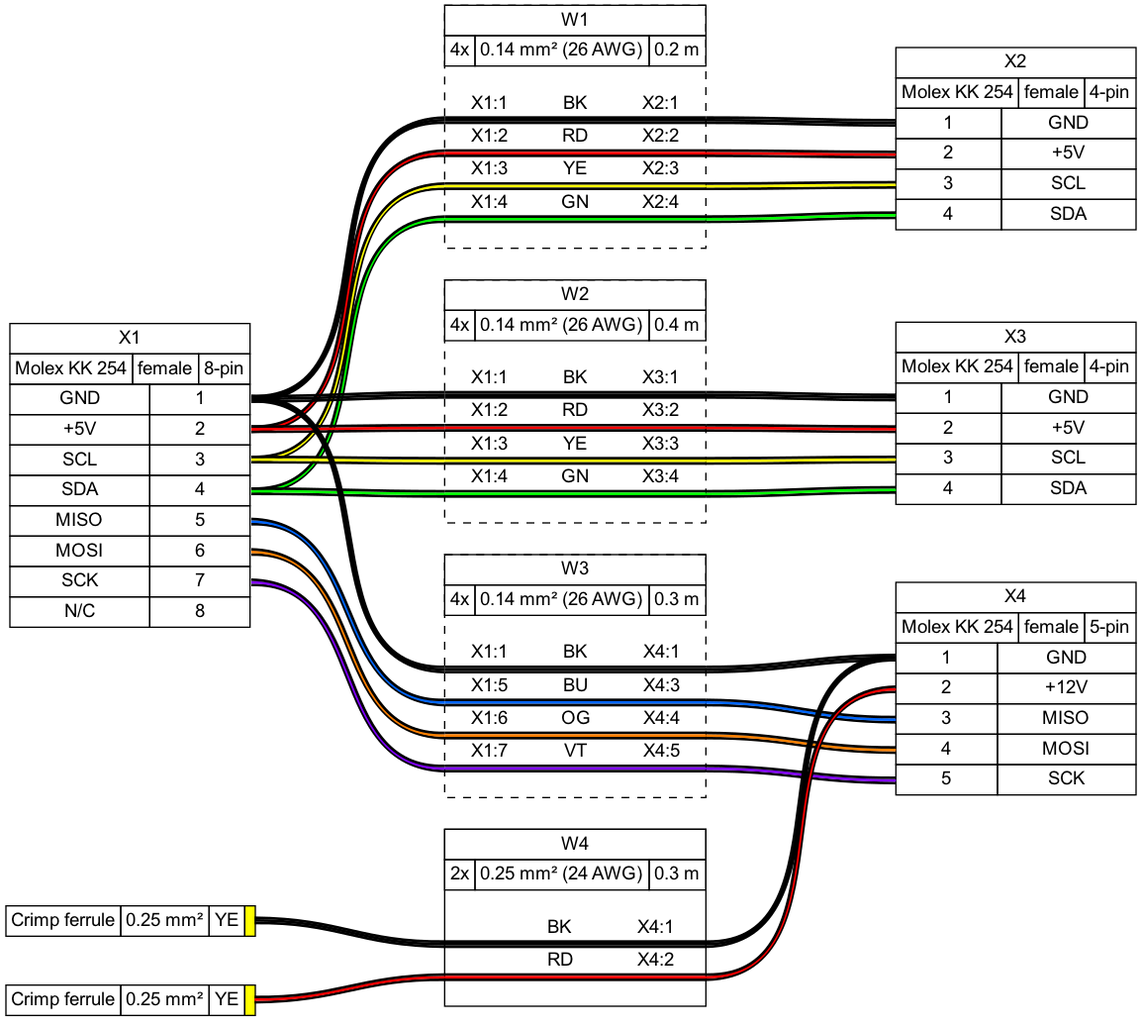
Above: examples/demo02.png in wireviz/WireViz (Graphviz), before the change. Its source is kept beside it as examples/demo02.gv.
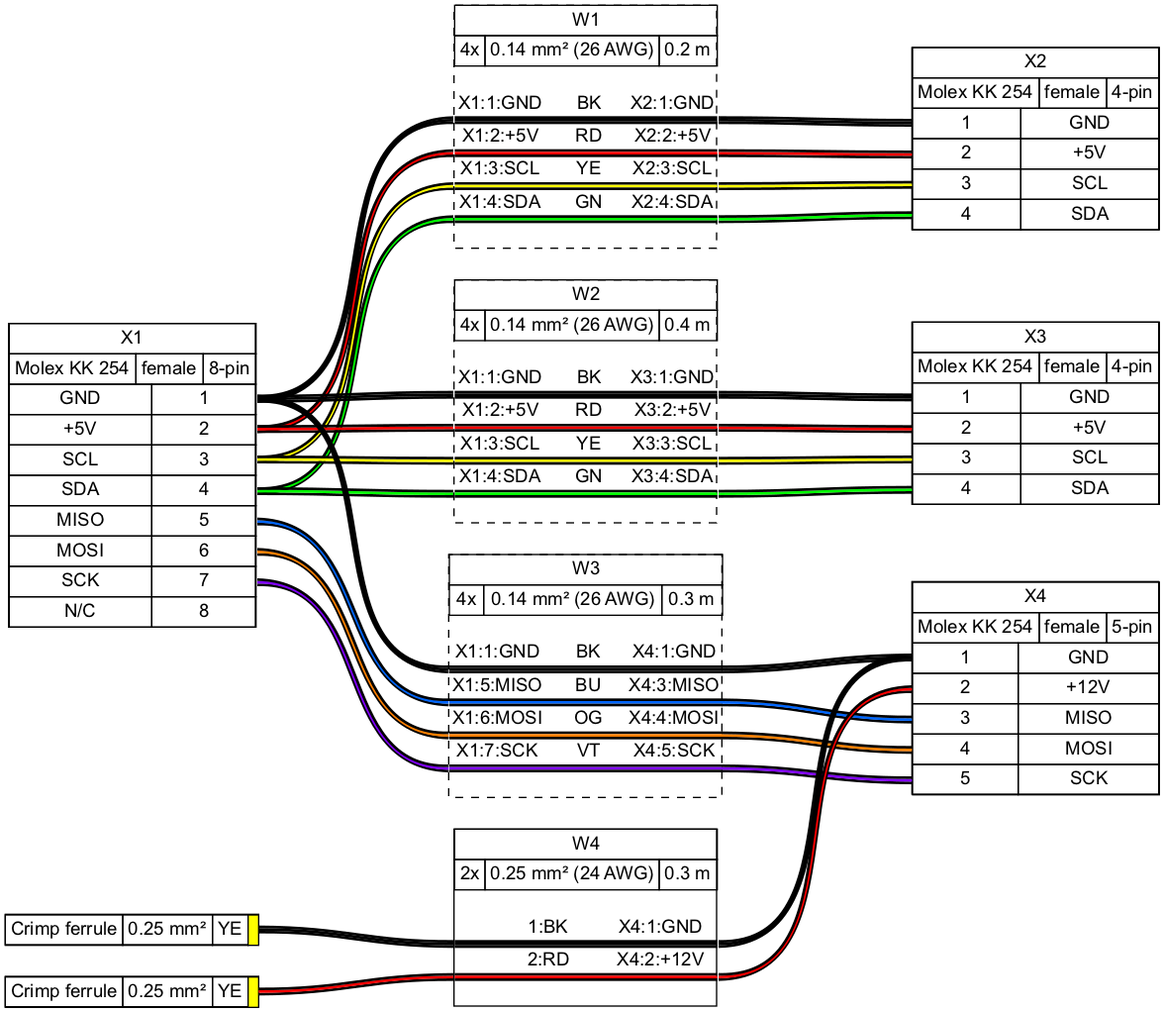
Later version of the same file.

Diff of the diagram source:
```diff
@@ -1,6 +1,6 @@
 graph {
-	graph [bgcolor=white fontname=arial nodesep=0.33 rankdir=LR ranksep=2]
-	node [fillcolor=white fontname=arial shape=record style=filled]
+	graph [bgcolor="#FFFFFF" fontname=arial nodesep=0.33 rankdir=LR ranksep=2]
+	node [fillcolor="#FFFFFF" fontname=arial height=0 margin=0 shape=none style=filled width=0]
 	edge [fontname=arial style=bold]
 	X1 [label=<
 <table border="0" cellspacing="0" cellpadding="0">
@@ -53,7 +53,7 @@
   </table>
  </td></tr>
 </table>
-> fillcolor=white margin=0 shape=none style=filled]
+> fillcolor="#FFFFFF" shape=box style=filled]
 	X2 [label=<
 <table border="0" cellspacing="0" cellpadding="0">
  <tr><td>
@@ -89,7 +89,7 @@
   </table>
  </td></tr>
 </table>
-> fillcolor=white margin=0 shape=none style=filled]
+> fillcolor="#FFFFFF" shape=box style=filled]
 	X3 [label=<
 <table border="0" cellspacing="0" cellpadding="0">
  <tr><td>
@@ -125,7 +125,7 @@
   </table>
  </td></tr>
 </table>
-> fillcolor=white margin=0 shape=none style=filled]
+> fillcolor="#FFFFFF" shape=box style=filled]
 	X4 [label=<
 <table border="0" cellspacing="0" cellpadding="0">
  <tr><td>
@@ -165,7 +165,7 @@
   </table>
  </td></tr>
 </table>
-> fillcolor=white margin=0 shape=none style=filled]
+> fillcolor="#FFFFFF" shape=box style=filled]
 	_ferrule_crimp_1 [label=<
 <table border="0" cellspacing="0" cellpadding="0">
  <tr><td>
@@ -177,7 +177,7 @@
   </tr></table>
  </td></tr>
 </table>
-> fillcolor=white margin=0 shape=none style=filled]
+> fillcolor="#FFFFFF" shape=box style=filled]
 	_ferrule_crimp_2 [label=<
 <table border="0" cellspacing="0" cellpadding="0">
  <tr><td>
@@ -189,7 +189,7 @@
   </tr></table>
  </td></tr>
 </table>
-> fillcolor=white margin=0 shape=none style=filled]
+> fillcolor="#FFFFFF" shape=box style=filled]
 	edge [color="#000000:#000000:#000000"]
 	X1:p1r:e -- W1:w1:w
 	W1:w1:e -- X2:p1l:w
@@ -220,9 +220,11 @@
   <table border="0" cellspacing="0" cellborder="0">
    <tr><td>&nbsp;</td></tr>
    <tr>
-    <td>X1:1</td>
-    <td>BK</td>
-    <td>X2:1</td>
+    <td>X1:1:GND</td>
+    <td>
+     BK
+    </td>
+    <td>X2:1:GND</td>
    </tr>
    <tr>
     <td colspan="3" border="0" cellspacing="0" cellpadding="0" port="w1" height="6">
@@ -234,9 +236,11 @@
     </td>
    </tr>
    <tr>
-    <td>X1:2</td>
-    <td>RD</td>
-    <td>X2:2</td>
+    <td>X1:2:+5V</td>
+    <td>
+     RD
+    </td>
+    <td>X2:2:+5V</td>
    </tr>
    <tr>
     <td colspan="3" border="0" cellspacing="0" cellpadding="0" port="w2" height="6">
@@ -248,9 +252,11 @@
     </td>
    </tr>
    <tr>
-    <td>X1:3</td>
-    <td>YE</td>
-    <td>X2:3</td>
+    <td>X1:3:SCL</td>
+    <td>
+     YE
+    </td>
+    <td>X2:3:SCL</td>
    </tr>
    <tr>
     <td colspan="3" border="0" cellspacing="0" cellpadding="0" port="w3" height="6">
@@ -262,9 +268,11 @@
     </td>
    </tr>
    <tr>
-    <td>X1:4</td>
-    <td>GN</td>
-    <td>X2:4</td>
+    <td>X1:4:SDA</td>
+    <td>
+     GN
+    </td>
+    <td>X2:4:SDA</td>
    </tr>
    <tr>
     <td colspan="3" border="0" cellspacing="0" cellpadding="0" port="w4" height="6">
@@ -279,7 +287,7 @@
   </table>
  </td></tr>
 </table>
-> fillcolor=white margin=0 shape=box style="filled,dashed"]
+> fillcolor="#FFFFFF" shape=box style="filled,dashed"]
 	edge [color="#000000:#000000:#000000"]
 	X1:p1r:e -- W2:w1:w
 	W2:w1:e -- X3:p1l:w
@@ -310,9 +318,11 @@
   <table border="0" cellspacing="0" cellborder="0">
    <tr><td>&nbsp;</td></tr>
    <tr>
-    <td>X1:1</td>
-    <td>BK</td>
-    <td>X3:1</td>
+    <td>X1:1:GND</td>
+    <td>
+     BK
+    </td>
+    <td>X3:1:GND</td>
    </tr>
    <tr>
     <td colspan="3" border="0" cellspacing="0" cellpadding="0" port="w1" height="6">
@@ -324,9 +334,11 @@
     </td>
    </tr>
    <tr>
-    <td>X1:2</td>
-    <td>RD</td>
-    <td>X3:2</td>
+    <td>X1:2:+5V</td>
+    <td>
+     RD
+    </td>
+    <td>X3:2:+5V</td>
    </tr>
    <tr>
     <td colspan="3" border="0" cellspacing="0" cellpadding="0" port="w2" height="6">
@@ -338,9 +350,11 @@
     </td>
    </tr>
    <tr>
-    <td>X1:3</td>
-    <td>YE</td>
-    <td>X3:3</td>
+    <td>X1:3:SCL</td>
+    <td>
+     YE
+    </td>
+    <td>X3:3:SCL</td>
    </tr>
    <tr>
     <td colspan="3" border="0" cellspacing="0" cellpadding="0" port="w3" height="6">
@@ -352,9 +366,11 @@
     </td>
    </tr>
    <tr>
-    <td>X1:4</td>
-    <td>GN</td>
-    <td>X3:4</td>
+    <td>X1:4:SDA</td>
+    <td>
+     GN
+    </td>
+    <td>X3:4:SDA</td>
    </tr>
    <tr>
     <td colspan="3" border="0" cellspacing="0" cellpadding="0" port="w4" height="6">
@@ -369,7 +385,7 @@
   </table>
  </td></tr>
 </table>
-> fillcolor=white margin=0 shape=box style="filled,dashed"]
+> fillcolor="#FFFFFF" shape=box style="filled,dashed"]
 	edge [color="#000000:#000000:#000000"]
 	X1:p1r:e -- W3:w1:w
 	W3:w1:e -- X4:p1l:w
@@ -400,9 +416,11 @@
   <table border="0" cellspacing="0" cellborder="0">
    <tr><td>&nbsp;</td></tr>
    <tr>
-    <td>X1:1</td>
-    <td>BK</td>
-    <td>X4:1</td>
+    <td>X1:1:GND</td>
+    <td>
+     BK
+    </td>
+    <td>X4:1:GND</td>
    </tr>
    <tr>
     <td colspan="3" border="0" cellspacing="0" cellpadding="0" port="w1" height="6">
@@ -414,9 +432,11 @@
     </td>
    </tr>
    <tr>
-    <td>X1:5</td>
-    <td>BU</td>
-    <td>X4:3</td>
+    <td>X1:5:MISO</td>
+    <td>
+     BU
+    </td>
+    <td>X4:3:MISO</td>
    </tr>
    <tr>
     <td colspan="3" border="0" cellspacing="0" cellpadding="0" port="w2" height="6">
@@ -428,9 +448,11 @@
     </td>
    </tr>
    <tr>
-    <td>X1:6</td>
-    <td>OG</td>
-    <td>X4:4</td>
+    <td>X1:6:MOSI</td>
+    <td>
+     OG
+    </td>
+    <td>X4:4:MOSI</td>
    </tr>
    <tr>
     <td colspan="3" border="0" cellspacing="0" cellpadding="0" port="w3" height="6">
@@ -442,9 +464,11 @@
     </td>
    </tr>
    <tr>
-    <td>X1:7</td>
-    <td>VT</td>
-    <td>X4:5</td>
+    <td>X1:7:SCK</td>
+    <td>
+     VT
+    </td>
+    <td>X4:5:SCK</td>
    </tr>
    <tr>
     <td colspan="3" border="0" cellspacing="0" cellpadding="0" port="w4" height="6">
@@ -459,7 +483,7 @@
   </table>
  </td></tr>
 </table>
-> fillcolor=white margin=0 shape=box style="filled,dashed"]
+> fillcolor="#FFFFFF" shape=box style="filled,dashed"]
 	edge [color="#000000:#000000:#000000"]
 	_ferrule_crimp_1:e -- W4:w1:w
 	W4:w1:e -- X4:p1l:w
@@ -485,8 +509,10 @@
    <tr><td>&nbsp;</td></tr>
    <tr>
     <td></td>
-    <td>BK</td>
-    <td>X4:1</td>
+    <td>
+     1:BK
+    </td>
+    <td>X4:1:GND</td>
    </tr>
    <tr>
     <td colspan="3" border="0" cellspacing="0" cellpadding="0" port="w1" height="6">
@@ -499,8 +525,10 @@
    </tr>
    <tr>
     <td></td>
-    <td>RD</td>
-    <td>X4:2</td>
+    <td>
+     2:RD
+    </td>
+    <td>X4:2:+12V</td>
    </tr>
    <tr>
     <td colspan="3" border="0" cellspacing="0" cellpadding="0" port="w2" height="6">
@@ -515,5 +543,5 @@
   </table>
  </td></tr>
 </table>
-> fillcolor=white margin=0 shape=box style=""]
+> fillcolor="#FFFFFF" shape=box style=filled]
 }
```
